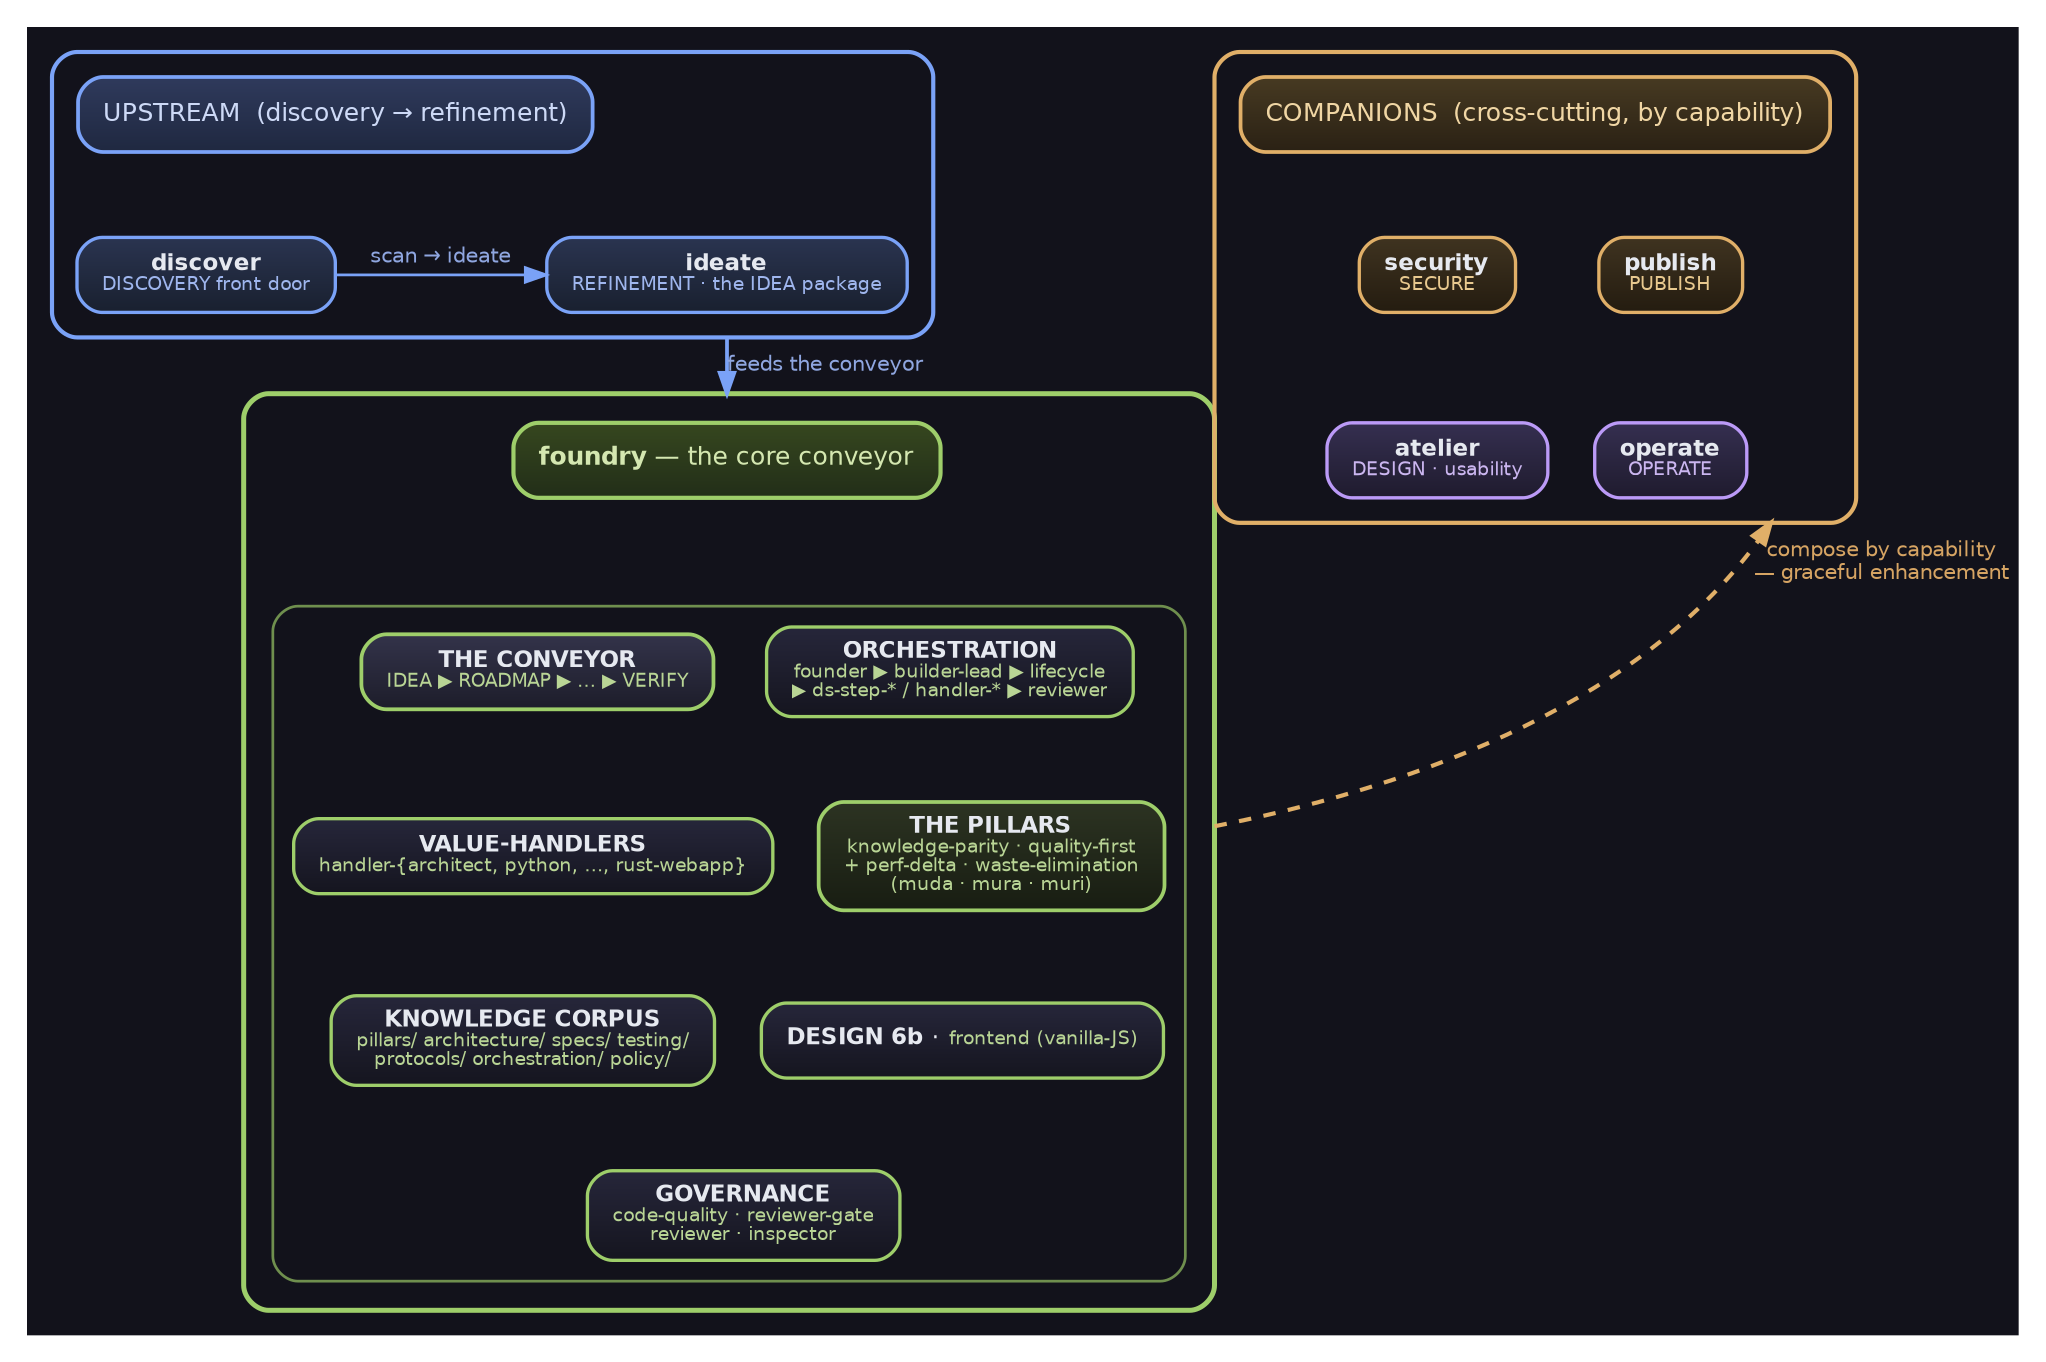
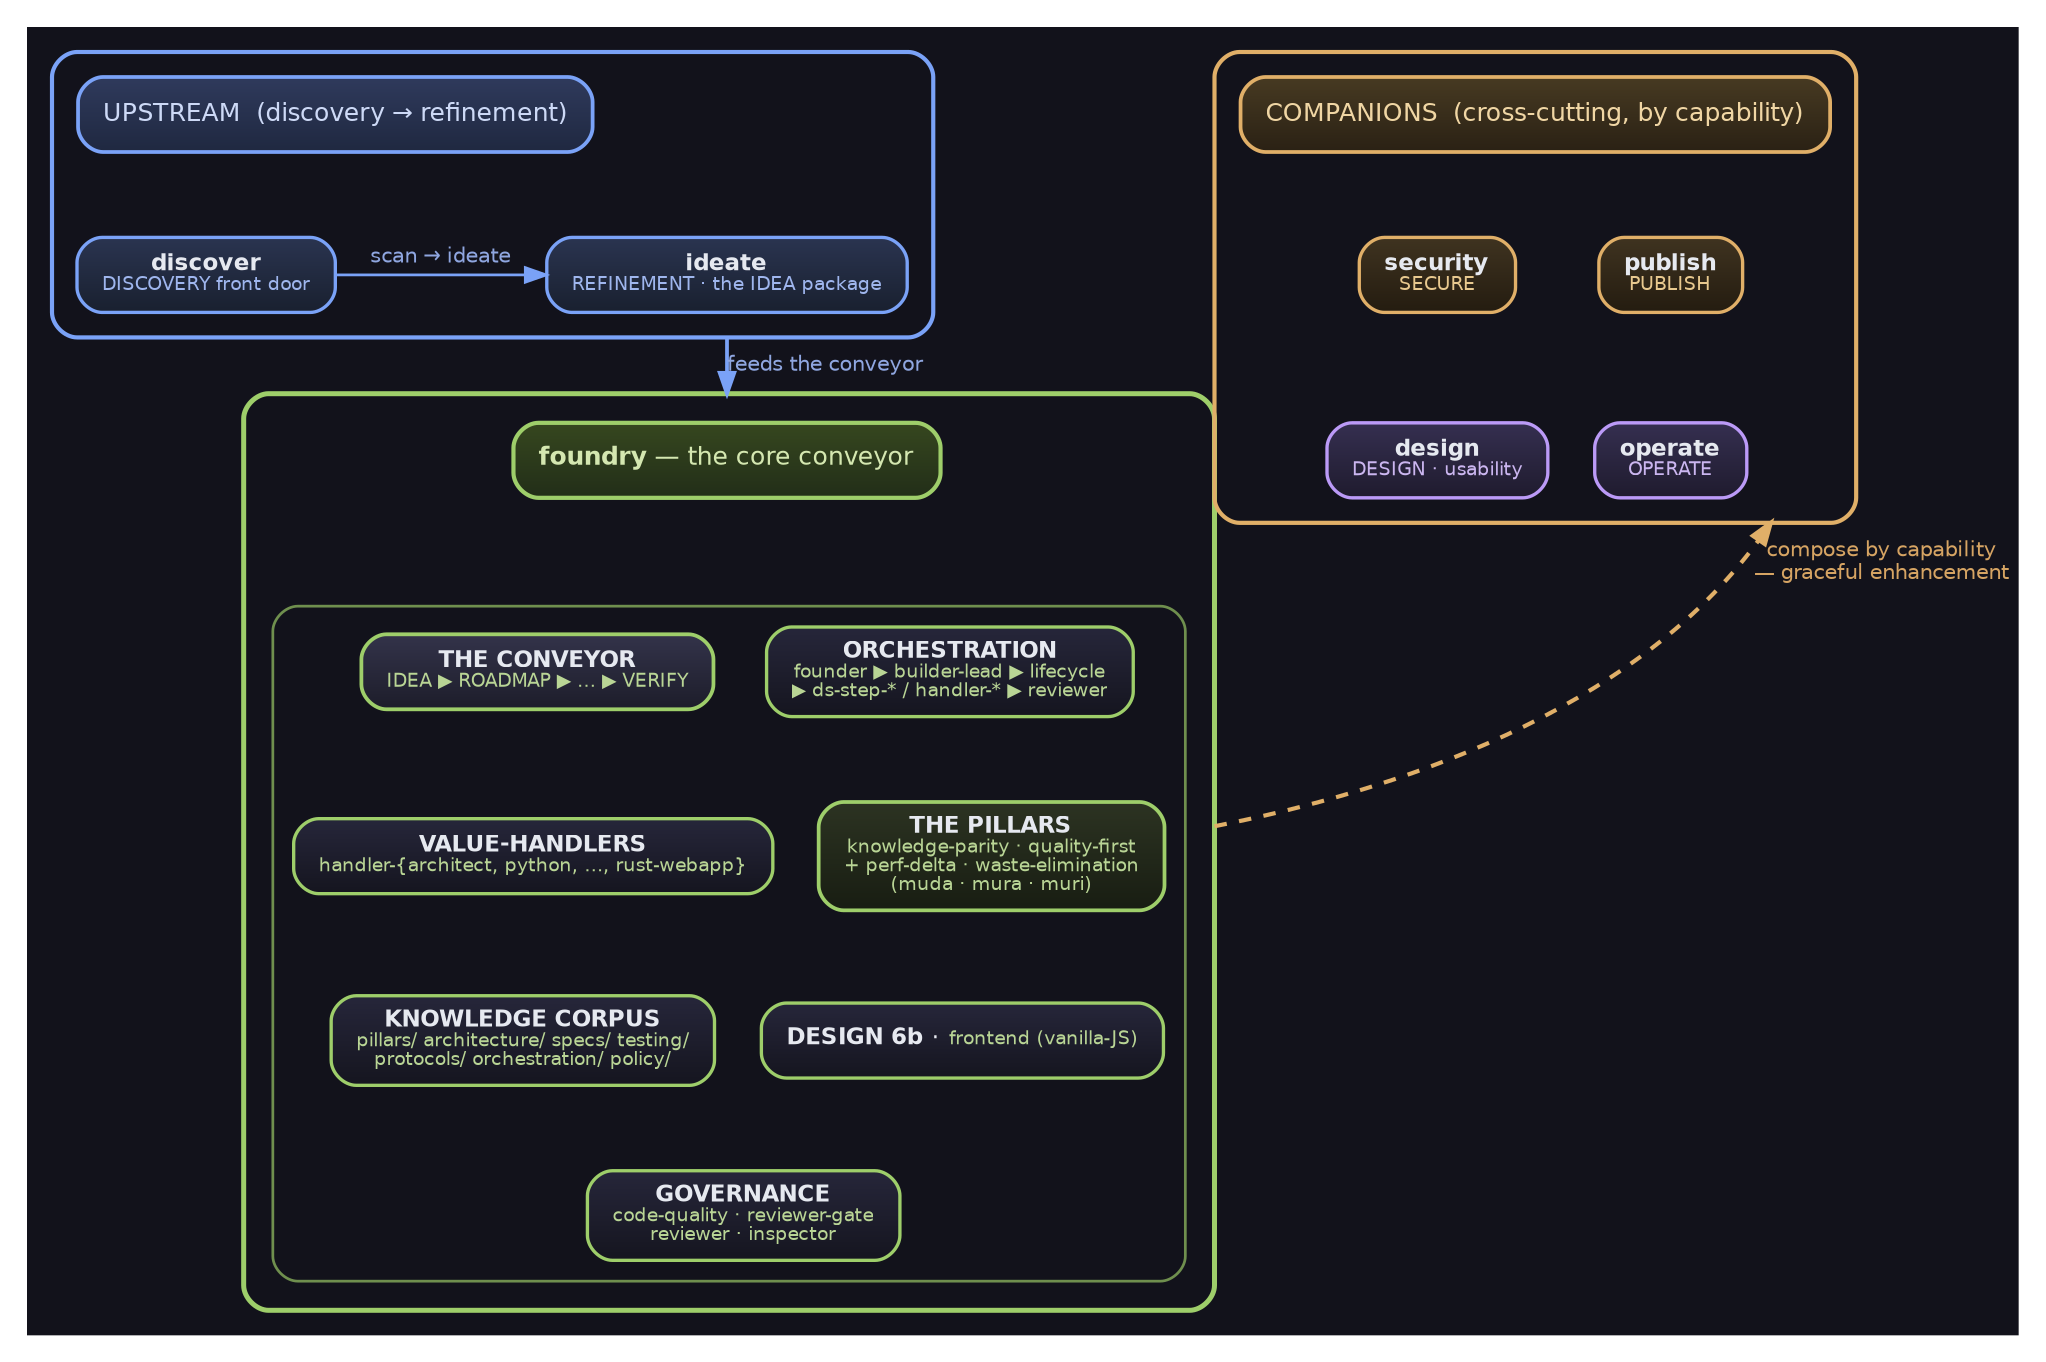
digraph DomainArchB {
  bgcolor="#12121b"
  rankdir=TB
  compound=true
  newrank=true
  nodesep=0.30
  ranksep=0.55
  margin=0.18
  fontname="DejaVu Sans"

  // node default carries a top-lit vertical gradient (lighter top → darker bottom) so every
  // filled box reads as a raised plate (graphviz-native depth; gradientangle=270 = top→bottom).
  node [shape=box, style="filled,rounded", fillcolor="#26263a:#15151f", gradientangle=270,
        color="#9aa2c0", fontcolor="#e6e9f0", fontname="DejaVu Sans", fontsize=11,
        penwidth=1.6, margin="0.16,0.10"]
  edge [color="#9aa2c0", fontcolor="#b8bed0", fontname="DejaVu Sans",
        fontsize=10, penwidth=1.3]

  // Cluster titles ride ON a filled accent chip so the cluster NAME clears BOTH
  // grounds (a plain cluster label on transparent ground washes out on white).

  // ================= UPSTREAM lane (top) =================
  subgraph cluster_upstream {
    label=""
    style="rounded"; color="#7aa2f7"; penwidth=2.0; bgcolor="transparent"; margin=12

    up_title [label="UPSTREAM  (discovery → refinement)", shape=box,
              style="filled,rounded", fillcolor="#2f3a5c:#1f2840", color="#7aa2f7",
              fontcolor="#cdd9f6", fontsize=12, penwidth=1.8]
    scanner [label=<<b>discover</b><br/><font point-size="9" color="#9fb6ee">DISCOVERY front door</font>>,
             fillcolor="#2a3450:#19202f", color="#7aa2f7"]
    ideate [label=<<b>ideate</b><br/><font point-size="9" color="#9fb6ee">REFINEMENT &middot; the IDEA package</font>>,
             fillcolor="#2a3450:#19202f", color="#7aa2f7"]

    // scan → ideate: discover LEFT, ideate RIGHT, arrow points right (reading order)
    { rank=same; scanner; ideate }
    up_title -> scanner [style=invis]
    scanner -> ideate [label="  scan → ideate  ", fontcolor="#8fa6e0", color="#7aa2f7",
                        weight=20]
  }

  // ================= CORE foundry (middle) =================
  subgraph cluster_core {
    label=""
    style="rounded"; color="#9ece6a"; penwidth=2.4; bgcolor="transparent"; margin=14

    core_title [label=<<b>foundry</b> &mdash; the core conveyor>, shape=box,
                style="filled,rounded", fillcolor="#36471f:#222e18", color="#9ece6a",
                fontcolor="#d4e7b0", fontsize=12, penwidth=2.0]

    subgraph cluster_core_cells {
      label=""
      style="rounded"; color="#6f8f4e"; penwidth=1.3; bgcolor="transparent"; margin=10

      cell_conveyor [label=<<b>THE CONVEYOR</b><br/><font point-size="9" color="#b9d595">IDEA ▶ ROADMAP ▶ … ▶ VERIFY</font>>,
                     fillcolor="#33334a:#1d1d2a", color="#9ece6a", penwidth=1.8]
      cell_orch [label=<<b>ORCHESTRATION</b><br/><font point-size="9" color="#b9d595">founder ▶ builder-lead ▶ lifecycle<br/>▶ ds-step-* / handler-* ▶ reviewer</font>>,
                 fillcolor="#26263a:#15151f", color="#9ece6a"]
      cell_handlers [label=<<b>VALUE-HANDLERS</b><br/><font point-size="9" color="#b9d595">handler-{architect, python, &hellip;, rust-webapp}</font>>,
                     fillcolor="#26263a:#15151f", color="#9ece6a"]
      cell_pillars [label=<<b>THE PILLARS</b><br/><font point-size="9" color="#b9d595">knowledge-parity &middot; quality-first<br/>+ perf-delta &middot; waste-elimination<br/>(muda &middot; mura &middot; muri)</font>>,
                    fillcolor="#2c3322:#181d12", color="#9ece6a", penwidth=1.8]
      cell_corpus [label=<<b>KNOWLEDGE CORPUS</b><br/><font point-size="9" color="#b9d595">pillars/ architecture/ specs/ testing/<br/>protocols/ orchestration/ policy/</font>>,
                   fillcolor="#26263a:#15151f", color="#9ece6a"]
      cell_design [label=<<b>DESIGN 6b</b> &middot; <font point-size="9" color="#b9d595">frontend (vanilla-JS)</font>>,
                   fillcolor="#26263a:#15151f", color="#9ece6a"]
      cell_gov [label=<<b>GOVERNANCE</b><br/><font point-size="9" color="#b9d595">code-quality &middot; reviewer-gate<br/>reviewer &middot; inspector</font>>,
                fillcolor="#26263a:#15151f", color="#9ece6a"]

      // fold the 7 cells into a 2-wide grid so the core box stays compact
      { rank=same; cell_conveyor;  cell_orch }
      { rank=same; cell_handlers;  cell_pillars }
      { rank=same; cell_corpus;    cell_design }
      cell_conveyor  -> cell_handlers [style=invis]
      cell_orch      -> cell_pillars  [style=invis]
      cell_handlers  -> cell_corpus   [style=invis]
      cell_pillars   -> cell_design   [style=invis]
      cell_corpus    -> cell_gov      [style=invis]
      cell_design    -> cell_gov      [style=invis]
    }

    core_title -> cell_conveyor [style=invis]
    core_title -> cell_orch     [style=invis]
  }

  // ================= COMPANIONS lane (bottom) =================
  subgraph cluster_companions {
    label=""
    style="rounded"; color="#e0af68"; penwidth=2.0; bgcolor="transparent"; margin=12

    co_title [label="COMPANIONS  (cross-cutting, by capability)", shape=box,
              style="filled,rounded", fillcolor="#473a22:#2a2114", color="#e0af68",
              fontcolor="#f0d6a4", fontsize=12, penwidth=1.8]
    security [label=<<b>security</b><br/><font point-size="9" color="#e8c98f">SECURE</font>>,
              fillcolor="#3f3320:#241c10", color="#e0af68"]
    publish [label=<<b>publish</b><br/><font point-size="9" color="#e8c98f">PUBLISH</font>>,
               fillcolor="#3f3320:#241c10", color="#e0af68"]
-     atelier [label=<<b>atelier</b><br/><font point-size="9" color="#cbb6f0">DESIGN &middot; usability</font>>,
+     design [label=<<b>design</b><br/><font point-size="9" color="#cbb6f0">DESIGN &middot; usability</font>>,
             fillcolor="#352f50:#1f1b2e", color="#bb9af7"]
    mission [label=<<b>operate</b><br/><font point-size="9" color="#cbb6f0">OPERATE</font>>,
             fillcolor="#352f50:#1f1b2e", color="#bb9af7"]

    // clean 2×2 grid DIRECTLY beneath the title bar (no L-shaped spill)
    { rank=same; security;  publish }
-     { rank=same; atelier;   mission }
+     { rank=same; design;   mission }
    co_title  -> security  [style=invis]
    co_title  -> publish [style=invis]
-     security  -> atelier   [style=invis, weight=10]
+     security  -> design   [style=invis, weight=10]
    publish -> mission   [style=invis, weight=10]
  }

  // ================= cross-lane flow =================
  ideate -> core_title [ltail=cluster_upstream, lhead=cluster_core,
                         label="feeds the conveyor", color="#7aa2f7",
                         fontcolor="#8fa6e0", penwidth=1.8, weight=20]

  // ONE group→group edge: companions cluster cross-cuts the WHOLE foundry.
  // ltail/lhead clip the edge to BOTH cluster boundaries — it terminates on the
  // core BOUNDARY, not a single inner cell, so it reads as whole-foundry enhancement.
  cell_pillars -> security [ltail=cluster_core, lhead=cluster_companions,
                            label="compose by capability\n— graceful enhancement",
                            color="#e0af68", fontcolor="#d6a463", style=dashed,
                            penwidth=2.0, dir=both, arrowtail=none, weight=1,
                            constraint=false]
}
